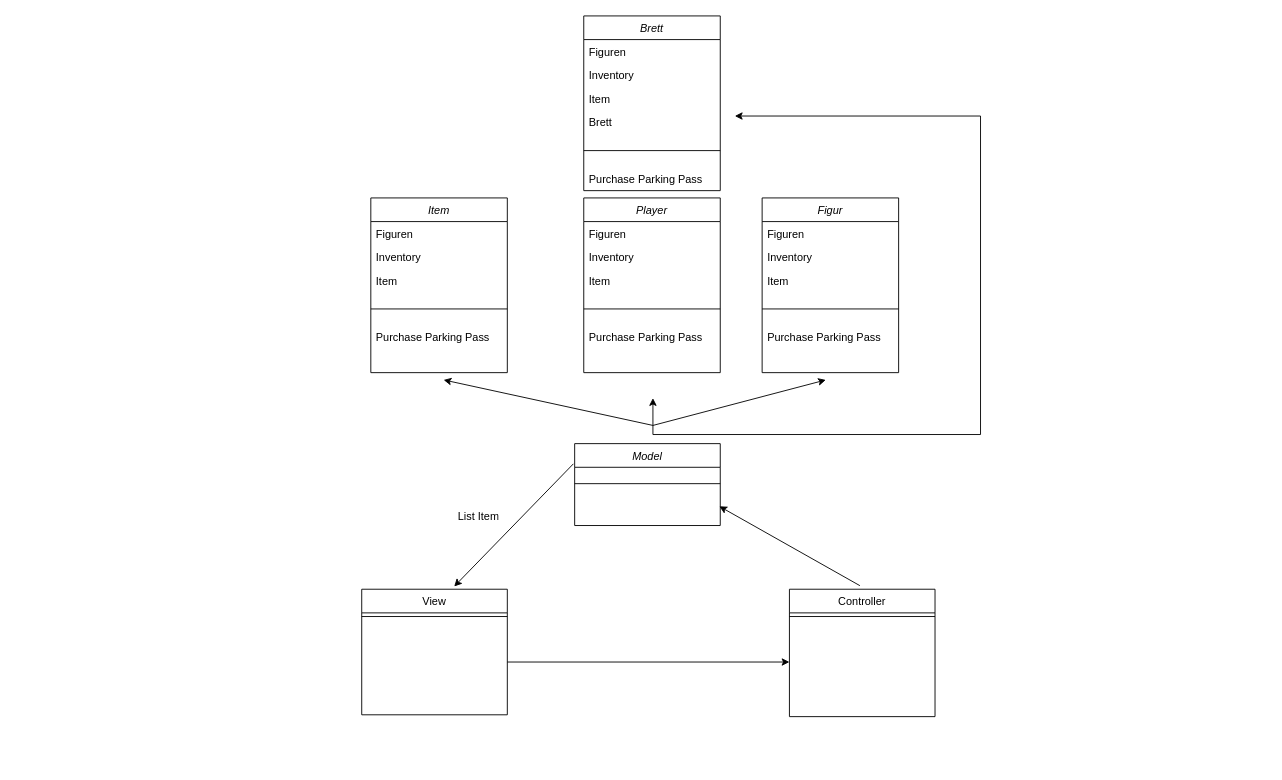
Earlier version of the draw.io diagram ProjektSmthidk.drawio (Swagsy/Eclipselovers69). Source tidied: cells renumbered, new cells numbered last; positions are measured from the earlier drawing's top-left corner, leaving out a move shared by most shapes. Both pictures are drawn from the tidied source at 91%, with x=0, y=0 at pixel (361, 15).
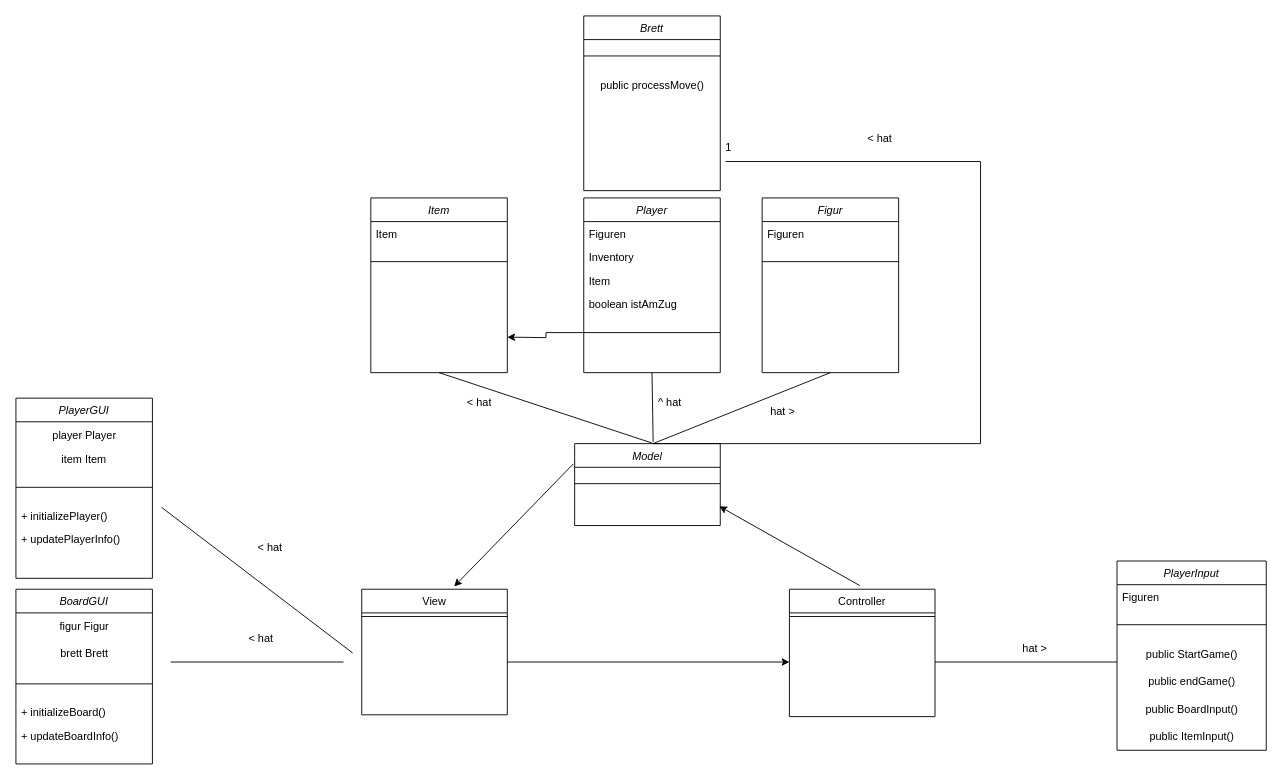
The same diagram, later.

Unchanged cells that the change refers to:
```xml
<mxCell id="2" value="Model" style="swimlane;fontStyle=2;align=center;verticalAlign=top;horizontal=1;startSize=26;rounded=0;shadow=0;strokeWidth=1;" parent="1" vertex="1">
  <mxGeometry x="234" y="470" width="160" height="90" as="geometry" />
</mxCell>
<mxCell id="12" value="Player" style="swimlane;fontStyle=2;align=center;verticalAlign=top;horizontal=1;startSize=26;rounded=0;shadow=0;strokeWidth=1;" parent="1" vertex="1">
  <mxGeometry x="244" y="200" width="150" height="192" as="geometry" />
</mxCell>
<mxCell id="19" value="Figur" style="swimlane;fontStyle=2;align=center;verticalAlign=top;horizontal=1;startSize=26;rounded=0;shadow=0;strokeWidth=1;" parent="1" vertex="1">
  <mxGeometry x="440" y="200" width="150" height="192" as="geometry" />
</mxCell>
<mxCell id="25" value="Item" style="swimlane;fontStyle=2;align=center;verticalAlign=top;horizontal=1;startSize=26;rounded=0;shadow=0;strokeWidth=1;" parent="1" vertex="1">
  <mxGeometry x="10" y="200" width="150" height="192" as="geometry" />
</mxCell>
<mxCell id="33" value="Brett" style="swimlane;fontStyle=2;align=center;verticalAlign=top;horizontal=1;startSize=26;rounded=0;shadow=0;strokeWidth=1;" parent="1" vertex="1">
  <mxGeometry x="244" width="150" height="192" as="geometry" />
</mxCell>
```

What changed in the source:
```diff
@@
-    <mxCell id="9" value="List Item" style="text;strokeColor=none;fillColor=none;align=left;verticalAlign=middle;spacingLeft=4;spacingRight=4;overflow=hidden;whiteSpace=wrap;html=1;" parent="1" vertex="1">
-      <mxGeometry x="100" y="530" width="80" height="40" as="geometry" />
-    </mxCell>
@@
-    <mxCell id="11" style="endArrow=classic;html=1;rounded=0;" parent="1" edge="1">
-      <mxGeometry relative="1" as="geometry">
-        <mxPoint x="320" y="460" as="sourcePoint" />
-        <mxPoint x="320" y="420" as="targetPoint" />
-      </mxGeometry>
-    </mxCell>
@@
+    <mxCell id="41" value="boolean istAmZug" style="text;align=left;verticalAlign=top;spacingLeft=4;spacingRight=4;overflow=hidden;rounded=0;shadow=0;html=0;" parent="12" vertex="1">
+      <mxGeometry y="104" width="150" height="26" as="geometry" />
+    </mxCell>
     <mxCell id="16" style="line;html=1;strokeWidth=1;align=left;verticalAlign=middle;spacingTop=-1;spacingLeft=3;spacingRight=3;labelPosition=right;points=[];portConstraint=eastwest;" parent="12" vertex="1">
-      <mxGeometry y="104" width="150" height="36" as="geometry" />
+      <mxGeometry y="130" width="150" height="36" as="geometry" />
     </mxCell>
-    <mxCell id="17" value="Purchase Parking Pass" style="text;align=left;verticalAlign=top;spacingLeft=4;spacingRight=4;overflow=hidden;" parent="12" vertex="1">
-      <mxGeometry y="140" width="150" height="26" as="geometry" />
-    </mxCell>
@@
-    <mxCell id="21" value="Inventory" style="text;align=left;verticalAlign=top;spacingLeft=4;spacingRight=4;overflow=hidden;rounded=0;shadow=0;html=0;" parent="19" vertex="1">
-      <mxGeometry y="52" width="150" height="26" as="geometry" />
-    </mxCell>
-    <mxCell id="22" value="Item&#10;" style="text;align=left;verticalAlign=top;spacingLeft=4;spacingRight=4;overflow=hidden;rounded=0;shadow=0;html=0;" parent="19" vertex="1">
-      <mxGeometry y="78" width="150" height="26" as="geometry" />
-    </mxCell>
     <mxCell id="23" style="line;html=1;strokeWidth=1;align=left;verticalAlign=middle;spacingTop=-1;spacingLeft=3;spacingRight=3;labelPosition=right;" parent="19" vertex="1">
-      <mxGeometry y="104" width="150" height="36" as="geometry" />
+      <mxGeometry y="52" width="150" height="36" as="geometry" />
     </mxCell>
-    <mxCell id="24" value="Purchase Parking Pass" style="text;align=left;verticalAlign=top;spacingLeft=4;spacingRight=4;overflow=hidden;" parent="19" vertex="1">
-      <mxGeometry y="140" width="150" height="26" as="geometry" />
-    </mxCell>
@@
-    <mxCell id="26" value="Figuren&#10;" style="text;align=left;verticalAlign=top;spacingLeft=4;spacingRight=4;overflow=hidden;" parent="25" vertex="1">
-      <mxGeometry y="26" width="150" height="26" as="geometry" />
-    </mxCell>
-    <mxCell id="27" value="Inventory" style="text;align=left;verticalAlign=top;spacingLeft=4;spacingRight=4;overflow=hidden;rounded=0;shadow=0;html=0;" parent="25" vertex="1">
-      <mxGeometry y="52" width="150" height="26" as="geometry" />
-    </mxCell>
     <mxCell id="28" value="Item&#10;" style="text;align=left;verticalAlign=top;spacingLeft=4;spacingRight=4;overflow=hidden;rounded=0;shadow=0;html=0;" parent="25" vertex="1">
-      <mxGeometry y="78" width="150" height="26" as="geometry" />
+      <mxGeometry y="26" width="150" height="26" as="geometry" />
     </mxCell>
     <mxCell id="29" style="line;html=1;strokeWidth=1;align=left;verticalAlign=middle;spacingTop=-1;spacingLeft=3;spacingRight=3;labelPosition=right;" parent="25" vertex="1">
-      <mxGeometry y="104" width="150" height="36" as="geometry" />
+      <mxGeometry y="52" width="150" height="36" as="geometry" />
     </mxCell>
-    <mxCell id="30" value="Purchase Parking Pass" style="text;align=left;verticalAlign=top;spacingLeft=4;spacingRight=4;overflow=hidden;" parent="25" vertex="1">
-      <mxGeometry y="140" width="150" height="26" as="geometry" />
-    </mxCell>
-    <mxCell id="31" style="endArrow=classic;html=1;rounded=0;" parent="1" edge="1">
-      <mxGeometry relative="1" as="geometry">
-        <mxPoint x="320" y="450" as="sourcePoint" />
-        <mxPoint x="510" y="400" as="targetPoint" />
-      </mxGeometry>
-    </mxCell>
-    <mxCell id="32" style="endArrow=classic;html=1;rounded=0;" parent="1" edge="1">
-      <mxGeometry relative="1" as="geometry">
-        <mxPoint x="320" y="450" as="sourcePoint" />
-        <mxPoint x="90" y="400" as="targetPoint" />
-      </mxGeometry>
-    </mxCell>
@@
-    <mxCell id="34" value="Figuren&#10;" style="text;align=left;verticalAlign=top;spacingLeft=4;spacingRight=4;overflow=hidden;" parent="33" vertex="1">
-      <mxGeometry y="26" width="150" height="26" as="geometry" />
-    </mxCell>
-    <mxCell id="35" value="Inventory" style="text;align=left;verticalAlign=top;spacingLeft=4;spacingRight=4;overflow=hidden;rounded=0;shadow=0;html=0;" parent="33" vertex="1">
-      <mxGeometry y="52" width="150" height="26" as="geometry" />
-    </mxCell>
-    <mxCell id="36" value="Item&#10;" style="text;align=left;verticalAlign=top;spacingLeft=4;spacingRight=4;overflow=hidden;rounded=0;shadow=0;html=0;" parent="33" vertex="1">
-      <mxGeometry y="78" width="150" height="26" as="geometry" />
-    </mxCell>
-    <mxCell id="37" value="Brett" style="text;align=left;verticalAlign=top;spacingLeft=4;spacingRight=4;overflow=hidden;rounded=0;shadow=0;html=0;" parent="33" vertex="1">
-      <mxGeometry y="104" width="150" height="26" as="geometry" />
-    </mxCell>
     <mxCell id="38" style="line;html=1;strokeWidth=1;align=left;verticalAlign=middle;spacingTop=-1;spacingLeft=3;spacingRight=3;labelPosition=right;" parent="33" vertex="1">
-      <mxGeometry y="130" width="150" height="36" as="geometry" />
+      <mxGeometry y="26" width="150" height="36" as="geometry" />
     </mxCell>
-    <mxCell id="39" value="Purchase Parking Pass" style="text;align=left;verticalAlign=top;spacingLeft=4;spacingRight=4;overflow=hidden;" parent="33" vertex="1">
-      <mxGeometry y="166" width="150" height="26" as="geometry" />
-    </mxCell>
-    <mxCell id="40" style="endArrow=classic;html=1;rounded=0;" parent="1" edge="1">
-      <mxGeometry relative="1" as="geometry">
-        <mxPoint x="320" y="460" as="sourcePoint" />
-        <mxPoint x="410" y="110" as="targetPoint" />
-        <Array as="points">
-          <mxPoint x="680" y="460" />
-          <mxPoint x="680" y="110" />
-        </Array>
-      </mxGeometry>
-    </mxCell>
+    <mxCell id="42" value="public processMove()" style="text;html=1;align=center;verticalAlign=middle;strokeColor=none;fillColor=none;" parent="33" vertex="1">
+      <mxGeometry y="62" width="150" height="30" as="geometry" />
+    </mxCell>
+    <mxCell id="43" style="endArrow=none;html=1;rounded=0;" parent="1" edge="1">
+      <mxGeometry relative="1" as="geometry">
+        <mxPoint x="-210" y="710" as="sourcePoint" />
+        <mxPoint x="-20" y="710" as="targetPoint" />
+      </mxGeometry>
+    </mxCell>
+    <mxCell id="44" style="endArrow=none;html=1;rounded=0;entryX=0.5;entryY=1;entryDx=0;entryDy=0;exitX=0.539;exitY=-0.023;exitDx=0;exitDy=0;exitPerimeter=0;" parent="1" edge="1" source="2" target="12">
+      <mxGeometry relative="1" as="geometry" />
+    </mxCell>
+    <mxCell id="45" style="endArrow=none;html=1;rounded=0;entryX=0.5;entryY=1;entryDx=0;entryDy=0;" parent="1" edge="1" target="19">
+      <mxGeometry relative="1" as="geometry">
+        <mxPoint x="320" y="470" as="sourcePoint" />
+      </mxGeometry>
+    </mxCell>
+    <mxCell id="46" style="endArrow=none;html=1;rounded=0;exitX=0.53;exitY=-0.008;exitDx=0;exitDy=0;exitPerimeter=0;entryX=0.5;entryY=1;entryDx=0;entryDy=0;" parent="1" edge="1" source="2" target="25">
+      <mxGeometry relative="1" as="geometry" />
+    </mxCell>
+    <mxCell id="47" style="endArrow=none;html=1;rounded=0;" parent="1" edge="1">
+      <mxGeometry relative="1" as="geometry">
+        <mxPoint x="320" y="470" as="sourcePoint" />
+        <mxPoint x="400" y="160" as="targetPoint" />
+        <Array as="points">
+          <mxPoint x="680" y="470" />
+          <mxPoint x="680" y="160" />
+        </Array>
+      </mxGeometry>
+    </mxCell>
+    <mxCell id="48" value="1" style="text;strokeColor=none;fillColor=none;align=left;verticalAlign=middle;spacingLeft=4;spacingRight=4;overflow=hidden;whiteSpace=wrap;html=1;" parent="1" vertex="1">
+      <mxGeometry x="394" y="130" width="80" height="30" as="geometry" />
+    </mxCell>
+    <mxCell id="49" value="&amp;lt; hat" style="text;strokeColor=none;fillColor=none;align=left;verticalAlign=middle;spacingLeft=4;spacingRight=4;overflow=hidden;whiteSpace=wrap;html=1;" parent="1" vertex="1">
+      <mxGeometry x="550" y="120" width="80" height="30" as="geometry" />
+    </mxCell>
+    <mxCell id="50" value="&amp;lt; hat" style="text;strokeColor=none;fillColor=none;align=left;verticalAlign=middle;spacingLeft=4;spacingRight=4;overflow=hidden;whiteSpace=wrap;html=1;" parent="1" vertex="1">
+      <mxGeometry x="110" y="410" width="80" height="30" as="geometry" />
+    </mxCell>
+    <mxCell id="51" value="^ hat" style="text;strokeColor=none;fillColor=none;align=left;verticalAlign=middle;spacingLeft=4;spacingRight=4;overflow=hidden;whiteSpace=wrap;html=1;" parent="1" vertex="1">
+      <mxGeometry x="320" y="410" width="80" height="30" as="geometry" />
+    </mxCell>
+    <mxCell id="52" value="&amp;nbsp;hat &amp;gt;" style="text;strokeColor=none;fillColor=none;align=left;verticalAlign=middle;spacingLeft=4;spacingRight=4;overflow=hidden;whiteSpace=wrap;html=1;" parent="1" vertex="1">
+      <mxGeometry x="440" y="420" width="80" height="30" as="geometry" />
+    </mxCell>
+    <mxCell id="53" value="&amp;lt; hat" style="text;strokeColor=none;fillColor=none;align=left;verticalAlign=middle;spacingLeft=4;spacingRight=4;overflow=hidden;whiteSpace=wrap;html=1;" parent="1" vertex="1">
+      <mxGeometry x="-130" y="670" width="80" height="30" as="geometry" />
+    </mxCell>
+    <mxCell id="54" value="BoardGUI" style="swimlane;fontStyle=2;align=center;verticalAlign=top;horizontal=1;startSize=26;rounded=0;shadow=0;strokeWidth=1;" parent="1" vertex="1">
+      <mxGeometry x="-380" y="630" width="150" height="192" as="geometry" />
+    </mxCell>
+    <mxCell id="55" value="figur Figur" style="text;html=1;align=center;verticalAlign=middle;strokeColor=none;fillColor=none;" parent="54" vertex="1">
+      <mxGeometry y="26" width="150" height="30" as="geometry" />
+    </mxCell>
+    <mxCell id="56" value="brett Brett" style="text;html=1;align=center;verticalAlign=middle;strokeColor=none;fillColor=none;" parent="54" vertex="1">
+      <mxGeometry y="56" width="150" height="30" as="geometry" />
+    </mxCell>
+    <mxCell id="57" style="line;html=1;strokeWidth=1;align=left;verticalAlign=middle;spacingTop=-1;spacingLeft=3;spacingRight=3;labelPosition=right;" parent="54" vertex="1">
+      <mxGeometry y="86" width="150" height="36" as="geometry" />
+    </mxCell>
+    <mxCell id="58" value="+ initializeBoard()" style="text;align=left;verticalAlign=top;spacingLeft=4;spacingRight=4;overflow=hidden;" parent="54" vertex="1">
+      <mxGeometry y="122" width="150" height="26" as="geometry" />
+    </mxCell>
+    <mxCell id="59" value="+ updateBoardInfo()" style="text;align=left;verticalAlign=top;spacingLeft=4;spacingRight=4;overflow=hidden;" parent="54" vertex="1">
+      <mxGeometry y="148" width="150" height="26" as="geometry" />
+    </mxCell>
+    <mxCell id="60" value="PlayerGUI" style="swimlane;fontStyle=2;align=center;verticalAlign=top;horizontal=1;startSize=26;rounded=0;shadow=0;strokeWidth=1;" parent="1" vertex="1">
+      <mxGeometry x="-380" y="420" width="150" height="198" as="geometry" />
+    </mxCell>
+    <mxCell id="61" value="player Player" style="text;html=1;align=center;verticalAlign=middle;strokeColor=none;fillColor=none;" parent="60" vertex="1">
+      <mxGeometry y="26" width="150" height="30" as="geometry" />
+    </mxCell>
+    <mxCell id="62" value="item Item" style="text;html=1;strokeColor=none;fillColor=none;align=center;verticalAlign=middle;whiteSpace=wrap;rounded=0;" parent="60" vertex="1">
+      <mxGeometry y="56" width="150" height="24" as="geometry" />
+    </mxCell>
+    <mxCell id="63" style="line;html=1;strokeWidth=1;align=left;verticalAlign=middle;spacingTop=-1;spacingLeft=3;spacingRight=3;labelPosition=right;" parent="60" vertex="1">
+      <mxGeometry y="80" width="150" height="36" as="geometry" />
+    </mxCell>
+    <mxCell id="64" value="+ initializePlayer()" style="text;align=left;verticalAlign=top;spacingLeft=4;spacingRight=4;overflow=hidden;" parent="60" vertex="1">
+      <mxGeometry y="116" width="150" height="26" as="geometry" />
+    </mxCell>
+    <mxCell id="65" value="+ updatePlayerInfo()" style="text;align=left;verticalAlign=top;spacingLeft=4;spacingRight=4;overflow=hidden;" parent="60" vertex="1">
+      <mxGeometry y="142" width="150" height="26" as="geometry" />
+    </mxCell>
+    <mxCell id="66" style="endArrow=none;html=1;rounded=0;" parent="1" edge="1">
+      <mxGeometry relative="1" as="geometry">
+        <mxPoint x="-220" y="540" as="sourcePoint" />
+        <mxPoint x="-10" y="700" as="targetPoint" />
+      </mxGeometry>
+    </mxCell>
+    <mxCell id="67" value="&amp;lt; hat" style="text;strokeColor=none;fillColor=none;align=left;verticalAlign=middle;spacingLeft=4;spacingRight=4;overflow=hidden;whiteSpace=wrap;html=1;" parent="1" vertex="1">
+      <mxGeometry x="-120" y="570" width="80" height="30" as="geometry" />
+    </mxCell>
+    <mxCell id="68" style="edgeStyle=orthogonalEdgeStyle;rounded=0;jettySize=auto;html=1;" parent="1" edge="1" source="16">
+      <mxGeometry relative="1" as="geometry">
+        <mxPoint x="160" y="353" as="targetPoint" />
+      </mxGeometry>
+    </mxCell>
+    <mxCell id="69" style="endArrow=none;html=1;rounded=0;" parent="1" edge="1">
+      <mxGeometry relative="1" as="geometry">
+        <mxPoint x="630" y="710" as="sourcePoint" />
+        <mxPoint x="830" y="710" as="targetPoint" />
+      </mxGeometry>
+    </mxCell>
+    <mxCell id="70" value="hat &amp;gt;" style="text;html=1;strokeColor=none;fillColor=none;align=center;verticalAlign=middle;whiteSpace=wrap;rounded=0;" parent="1" vertex="1">
+      <mxGeometry x="710" y="680" width="60" height="30" as="geometry" />
+    </mxCell>
+    <mxCell id="71" value="PlayerInput" style="swimlane;fontStyle=2;align=center;verticalAlign=top;horizontal=1;startSize=26;rounded=0;shadow=0;strokeWidth=1;" parent="1" vertex="1">
+      <mxGeometry x="830" y="599" width="164" height="208" as="geometry" />
+    </mxCell>
+    <mxCell id="72" value="Figuren&#10;" style="text;align=left;verticalAlign=top;spacingLeft=4;spacingRight=4;overflow=hidden;" parent="71" vertex="1">
+      <mxGeometry y="26" width="164" height="26" as="geometry" />
+    </mxCell>
+    <mxCell id="73" style="line;html=1;strokeWidth=1;align=left;verticalAlign=middle;spacingTop=-1;spacingLeft=3;spacingRight=3;labelPosition=right;" parent="71" vertex="1">
+      <mxGeometry y="52" width="164" height="36" as="geometry" />
+    </mxCell>
+    <mxCell id="74" value="public StartGame()" style="text;html=1;align=center;verticalAlign=middle;strokeColor=none;fillColor=none;" parent="71" vertex="1">
+      <mxGeometry y="88" width="164" height="30" as="geometry" />
+    </mxCell>
+    <mxCell id="75" value="public endGame()" style="text;html=1;align=center;verticalAlign=middle;strokeColor=none;fillColor=none;" parent="71" vertex="1">
+      <mxGeometry y="118" width="164" height="30" as="geometry" />
+    </mxCell>
+    <mxCell id="76" value="public BoardInput()" style="text;html=1;align=center;verticalAlign=middle;strokeColor=none;fillColor=none;" parent="71" vertex="1">
+      <mxGeometry y="148" width="164" height="30" as="geometry" />
+    </mxCell>
+    <mxCell id="77" value="public ItemInput()" style="text;html=1;align=center;verticalAlign=middle;strokeColor=none;fillColor=none;" parent="71" vertex="1">
+      <mxGeometry y="178" width="164" height="30" as="geometry" />
+    </mxCell>
```
